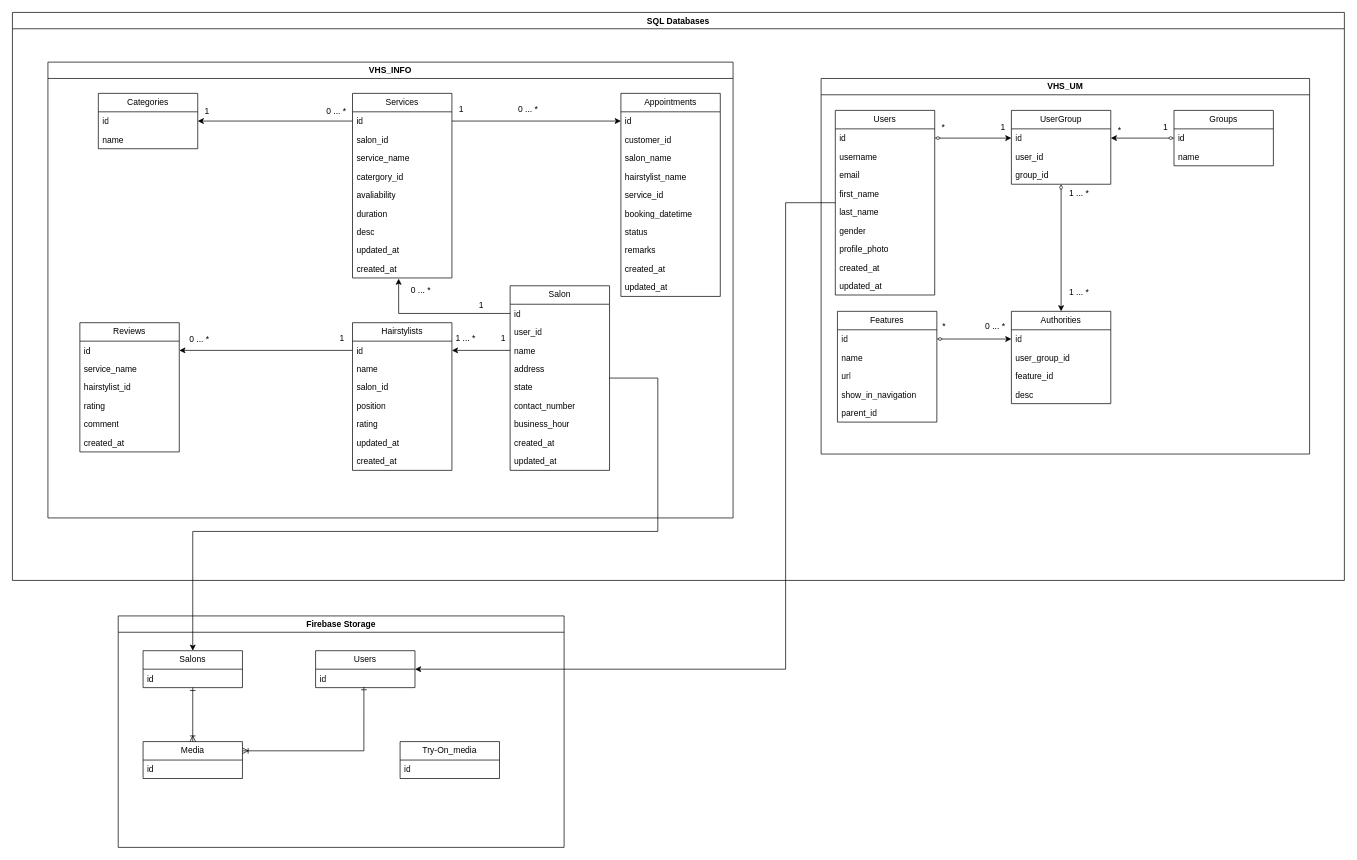
This is database-schema/database_schema_diagram.drawio from Wen-MY/virtual-hair-studio, a draw.io file, before an edit. Source tidied: cells renumbered, new cells numbered last; positions are measured from the earlier drawing's top-left corner, leaving out a move shared by most shapes. Both pictures are drawn from the tidied source at 71%, with x=0, y=0 at pixel (12, 12).
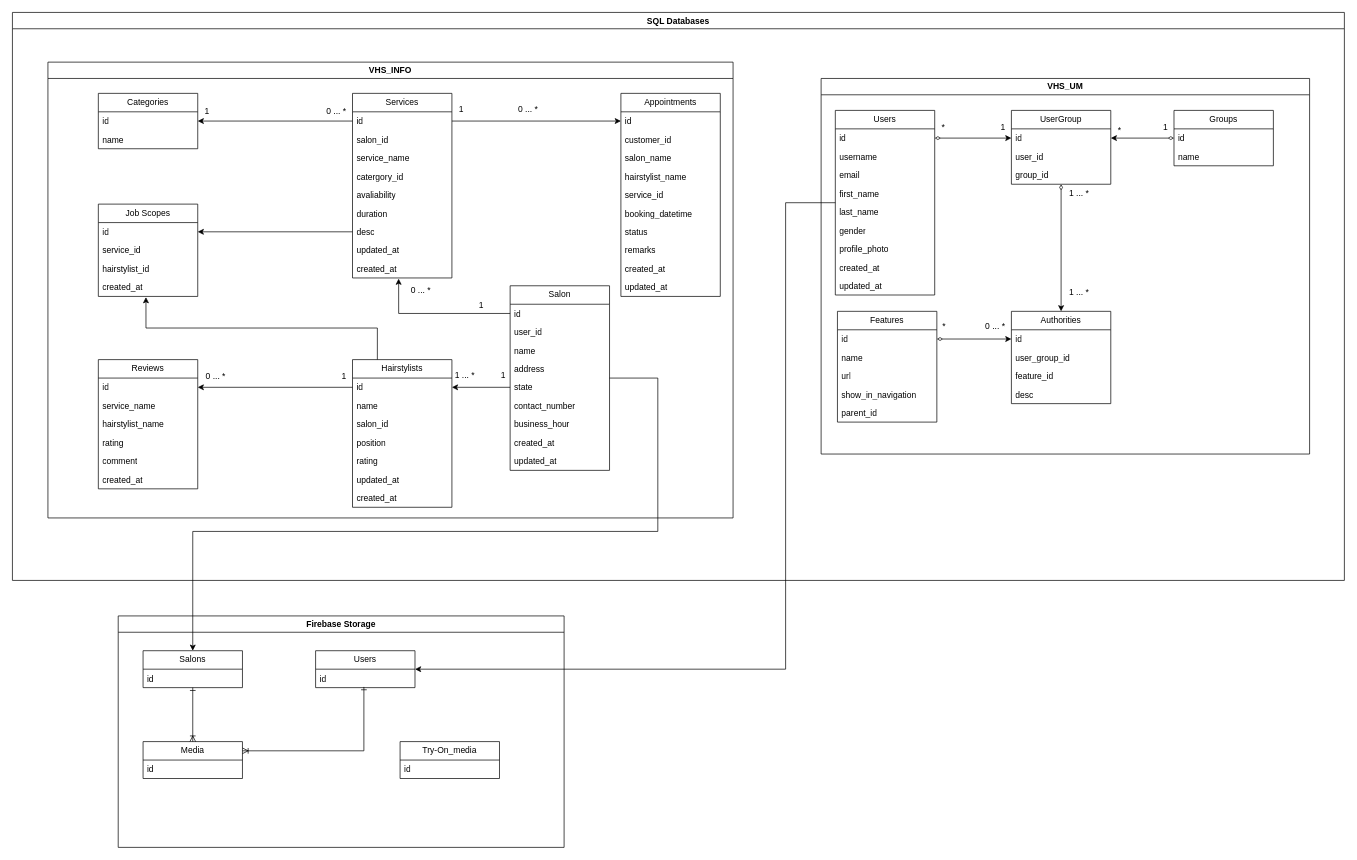
Above is the later version.

Unchanged cells that the change refers to:
```xml
<mxCell id="44" value="VHS_INFO" style="swimlane;whiteSpace=wrap;html=1;" parent="2" vertex="1">
  <mxGeometry x="50" y="70" width="965" height="642" as="geometry" />
</mxCell>
<mxCell id="63" value="desc" style="text;strokeColor=none;fillColor=none;align=left;verticalAlign=top;spacingLeft=4;spacingRight=4;overflow=hidden;points=[[0,0.5],[1,0.5]];portConstraint=eastwest;whiteSpace=wrap;html=1;" parent="56" vertex="1">
  <mxGeometry y="182" width="140" height="26" as="geometry" />
</mxCell>
<mxCell id="80" value="name" style="text;strokeColor=none;fillColor=none;align=left;verticalAlign=top;spacingLeft=4;spacingRight=4;overflow=hidden;points=[[0,0.5],[1,0.5]];portConstraint=eastwest;whiteSpace=wrap;html=1;" parent="77" vertex="1">
  <mxGeometry y="78" width="140" height="26" as="geometry" />
</mxCell>
<mxCell id="82" value="state" style="text;strokeColor=none;fillColor=none;align=left;verticalAlign=top;spacingLeft=4;spacingRight=4;overflow=hidden;points=[[0,0.5],[1,0.5]];portConstraint=eastwest;whiteSpace=wrap;html=1;" parent="77" vertex="1">
  <mxGeometry y="130" width="140" height="26" as="geometry" />
</mxCell>
<mxCell id="96" value="id" style="text;strokeColor=none;fillColor=none;align=left;verticalAlign=top;spacingLeft=4;spacingRight=4;overflow=hidden;points=[[0,0.5],[1,0.5]];portConstraint=eastwest;whiteSpace=wrap;html=1;" parent="95" vertex="1">
  <mxGeometry y="26" width="140" height="26" as="geometry" />
</mxCell>
```

What changed in the source:
```diff
@@
     <mxCell id="69" value="Reviews" style="swimlane;fontStyle=0;horizontal=1;startSize=26;fillColor=none;whiteSpace=wrap;html=1;" parent="44" vertex="1">
-      <mxGeometry x="45" y="367" width="140" height="182" as="geometry" />
+      <mxGeometry x="71" y="419" width="140" height="182" as="geometry" />
     </mxCell>
@@
-    <mxCell id="72" value="hairstylist_id" style="text;strokeColor=none;fillColor=none;align=left;verticalAlign=top;spacingLeft=4;spacingRight=4;overflow=hidden;whiteSpace=wrap;html=1;" parent="69" vertex="1">
+    <mxCell id="72" value="hairstylist_name" style="text;strokeColor=none;fillColor=none;align=left;verticalAlign=top;spacingLeft=4;spacingRight=4;overflow=hidden;whiteSpace=wrap;html=1;" parent="69" vertex="1">
       <mxGeometry y="78" width="140" height="26" as="geometry" />
     </mxCell>
@@
     <mxCell id="76" value="0 ... *" style="text;html=1;align=center;verticalAlign=middle;strokeColor=none;fillColor=none;" parent="44" vertex="1">
-      <mxGeometry x="190" y="378" width="46" height="26" as="geometry" />
+      <mxGeometry x="213" y="430" width="46" height="26" as="geometry" />
     </mxCell>
@@
+    <mxCell id="122" style="edgeStyle=orthogonalEdgeStyle;rounded=0;jettySize=auto;html=1;exitX=0.25;exitY=0;exitDx=0;exitDy=0;entryX=0.479;entryY=1.038;entryDx=0;entryDy=0;entryPerimeter=0;" parent="44" edge="1" source="95" target="127">
+      <mxGeometry relative="1" as="geometry" />
+    </mxCell>
     <mxCell id="95" value="Hairstylists" style="swimlane;fontStyle=0;horizontal=1;startSize=26;fillColor=none;whiteSpace=wrap;html=1;" parent="44" vertex="1">
-      <mxGeometry x="429" y="367" width="140" height="208" as="geometry" />
+      <mxGeometry x="429" y="419" width="140" height="208" as="geometry" />
     </mxCell>
@@
     <mxCell id="104" value="1" style="text;html=1;align=center;verticalAlign=middle;strokeColor=none;fillColor=none;" parent="44" vertex="1">
-      <mxGeometry x="401" y="376" width="25" height="26" as="geometry" />
+      <mxGeometry x="404" y="430" width="25" height="26" as="geometry" />
     </mxCell>
-    <mxCell id="105" style="edgeStyle=none;rounded=0;jettySize=auto;html=1;exitX=1;exitY=0.5;exitDx=0;exitDy=0;startArrow=classic;startFill=1;endArrow=none;endFill=0;entryX=0;entryY=0.5;entryDx=0;entryDy=0;" parent="44" edge="1" source="96" target="80">
+    <mxCell id="105" style="edgeStyle=none;rounded=0;jettySize=auto;html=1;exitX=1;exitY=0.5;exitDx=0;exitDy=0;startArrow=classic;startFill=1;endArrow=none;endFill=0;" parent="44" edge="1" source="96" target="82">
       <mxGeometry relative="1" as="geometry" />
     </mxCell>
     <mxCell id="106" value="1 ... *" style="text;html=1;align=center;verticalAlign=middle;strokeColor=none;fillColor=none;" parent="44" vertex="1">
-      <mxGeometry x="565" y="376" width="46" height="26" as="geometry" />
+      <mxGeometry x="564" y="428" width="46" height="26" as="geometry" />
     </mxCell>
@@
     <mxCell id="108" value="1" style="text;html=1;align=center;verticalAlign=middle;strokeColor=none;fillColor=none;" parent="44" vertex="1">
-      <mxGeometry x="628" y="376" width="25" height="26" as="geometry" />
+      <mxGeometry x="628" y="428" width="25" height="26" as="geometry" />
     </mxCell>
+    <mxCell id="123" value="Job Scopes" style="swimlane;fontStyle=0;horizontal=1;startSize=26;fillColor=none;whiteSpace=wrap;html=1;" parent="44" vertex="1">
+      <mxGeometry x="71" y="200" width="140" height="130" as="geometry" />
+    </mxCell>
+    <mxCell id="124" value="id" style="text;strokeColor=none;fillColor=none;align=left;verticalAlign=top;spacingLeft=4;spacingRight=4;overflow=hidden;points=[[0,0.5],[1,0.5]];portConstraint=eastwest;whiteSpace=wrap;html=1;" parent="123" vertex="1">
+      <mxGeometry y="26" width="140" height="26" as="geometry" />
+    </mxCell>
+    <mxCell id="125" value="service_id" style="text;strokeColor=none;fillColor=none;align=left;verticalAlign=top;spacingLeft=4;spacingRight=4;overflow=hidden;whiteSpace=wrap;html=1;" parent="123" vertex="1">
+      <mxGeometry y="52" width="140" height="26" as="geometry" />
+    </mxCell>
+    <mxCell id="126" value="hairstylist_id" style="text;strokeColor=none;fillColor=none;align=left;verticalAlign=top;spacingLeft=4;spacingRight=4;overflow=hidden;whiteSpace=wrap;html=1;" parent="123" vertex="1">
+      <mxGeometry y="78" width="140" height="26" as="geometry" />
+    </mxCell>
+    <mxCell id="127" value="created_at" style="text;strokeColor=none;fillColor=none;align=left;verticalAlign=top;spacingLeft=4;spacingRight=4;overflow=hidden;points=[[0,0.5],[1,0.5]];portConstraint=eastwest;whiteSpace=wrap;html=1;" parent="123" vertex="1">
+      <mxGeometry y="104" width="140" height="26" as="geometry" />
+    </mxCell>
+    <mxCell id="128" style="edgeStyle=orthogonalEdgeStyle;rounded=0;jettySize=auto;html=1;exitX=1;exitY=0.5;exitDx=0;exitDy=0;entryX=0;entryY=0.5;entryDx=0;entryDy=0;startArrow=classic;startFill=1;endArrow=none;endFill=0;" parent="44" edge="1" source="124" target="63">
+      <mxGeometry relative="1" as="geometry" />
+    </mxCell>
```
